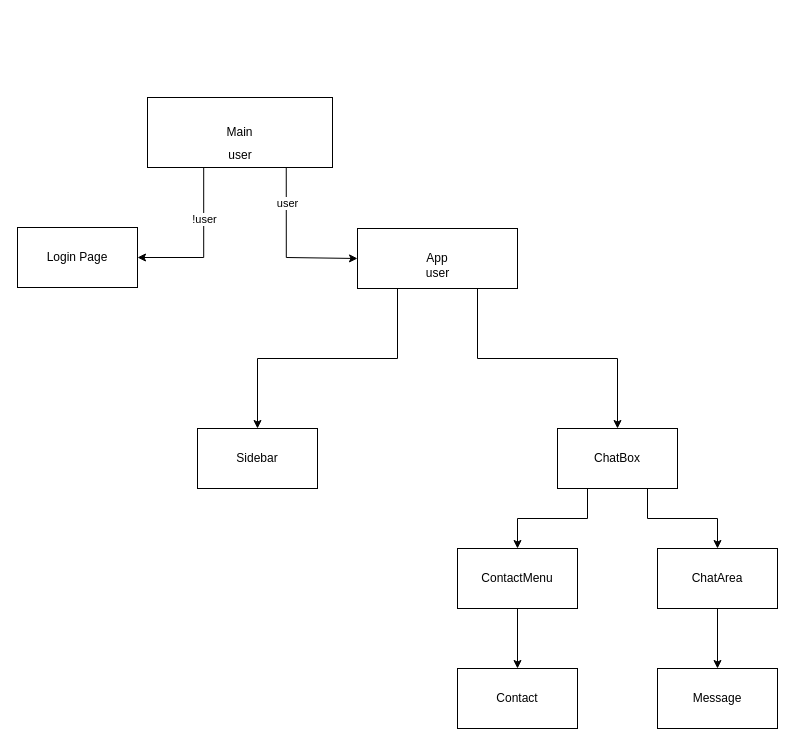
This is Component Design.drawio from CreepyPasta69/Chat-app, a draw.io file, before an edit. Source tidied: cells renumbered, new cells numbered last; positions are measured from the earlier drawing's top-left corner, leaving out a move shared by most shapes. Both pictures are drawn from the tidied source at 100%, with x=0, y=0 at pixel (17, 97).
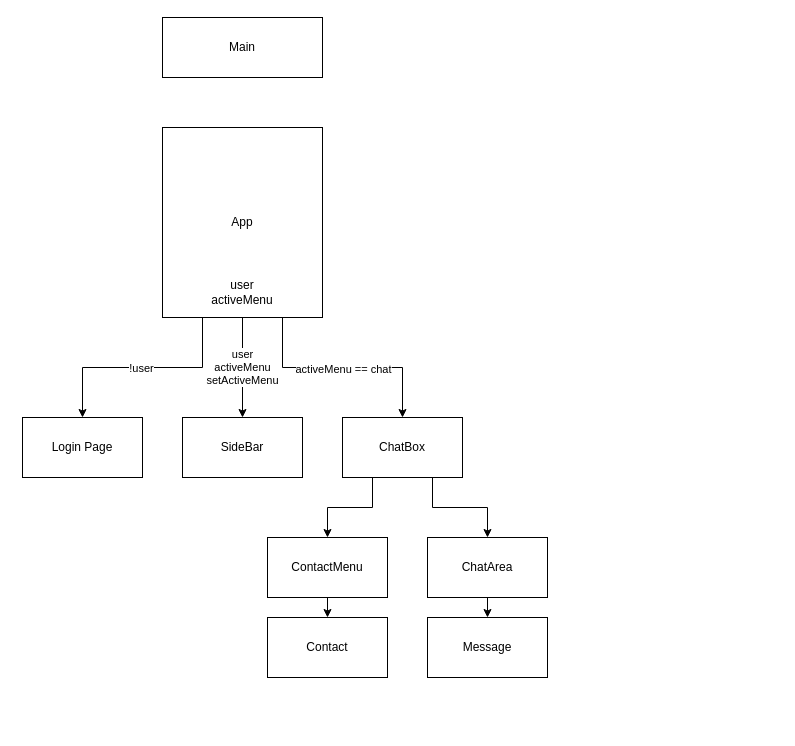
After the change.

Commit message (it also covers changes not shown here):
Functional Sidebar

Change to the diagram source:
```diff
@@
-    <mxCell id="2" style="group;" parent="1" vertex="1">
-      <mxGeometry x="130" width="185" height="70" as="geometry" />
-    </mxCell>
-    <mxCell id="3" value="Main" style="rounded=0;whiteSpace=wrap;html=1;" parent="2" vertex="1">
-      <mxGeometry width="185" height="70" as="geometry" />
-    </mxCell>
-    <mxCell id="4" value="user" style="text;html=1;align=center;verticalAlign=middle;whiteSpace=wrap;rounded=0;" parent="2" vertex="1">
-      <mxGeometry x="62.5" y="51.3" width="60" height="14" as="geometry" />
-    </mxCell>
-    <mxCell id="5" value="Login Page" style="rounded=0;whiteSpace=wrap;html=1;" parent="1" vertex="1">
-      <mxGeometry y="130" width="120" height="60" as="geometry" />
-    </mxCell>
-    <mxCell id="6" style="edgeStyle=orthogonalEdgeStyle;rounded=0;jettySize=auto;html=1;exitX=0.25;exitY=1;exitDx=0;exitDy=0;entryX=1;entryY=0.5;entryDx=0;entryDy=0;" parent="1" edge="1" target="5">
-      <mxGeometry relative="1" as="geometry">
-        <mxPoint x="186.2" y="70" as="sourcePoint" />
-        <Array as="points">
-          <mxPoint x="186" y="160" />
-        </Array>
-      </mxGeometry>
-    </mxCell>
+    <mxCell id="8" style="edgeStyle=orthogonalEdgeStyle;rounded=0;jettySize=auto;html=1;exitX=0.25;exitY=1;exitDx=0;exitDy=0;entryX=0.5;entryY=0;entryDx=0;entryDy=0;" parent="1" edge="1" source="10" target="13">
+      <mxGeometry relative="1" as="geometry" />
+    </mxCell>
-    <mxCell id="7" value="!user" style="edgeLabel;html=1;align=center;verticalAlign=middle;" parent="6" vertex="1">
-      <mxGeometry x="-0.25" relative="1" as="geometry">
-        <mxPoint y="-8" as="offset" />
-      </mxGeometry>
+    <mxCell id="7" value="!user" style="edgeLabel;html=1;align=center;verticalAlign=middle;" parent="8" vertex="1">
+      <mxGeometry x="0.02" relative="1" as="geometry" />
     </mxCell>
-    <mxCell id="8" style="edgeStyle=orthogonalEdgeStyle;rounded=0;jettySize=auto;html=1;exitX=0.25;exitY=1;exitDx=0;exitDy=0;entryX=0.5;entryY=0;entryDx=0;entryDy=0;" parent="1" edge="1" source="10" target="13">
-      <mxGeometry relative="1" as="geometry" />
-    </mxCell>
-    <mxCell id="9" style="edgeStyle=orthogonalEdgeStyle;rounded=0;jettySize=auto;html=1;exitX=0.75;exitY=1;exitDx=0;exitDy=0;entryX=0.5;entryY=0;entryDx=0;entryDy=0;" parent="1" edge="1" source="10" target="16">
+    <mxCell id="9" style="edgeStyle=orthogonalEdgeStyle;rounded=0;jettySize=auto;html=1;exitX=0.5;exitY=1;exitDx=0;exitDy=0;entryX=0.5;entryY=0;entryDx=0;entryDy=0;" parent="1" edge="1" source="10" target="16">
       <mxGeometry relative="1" as="geometry" />
     </mxCell>
+    <mxCell id="24" value="user&lt;div&gt;activeMenu&lt;/div&gt;&lt;div&gt;setActiveMenu&lt;/div&gt;" style="edgeLabel;html=1;align=center;verticalAlign=middle;" parent="9" vertex="1">
+      <mxGeometry x="-0.02" y="-1" relative="1" as="geometry" />
+    </mxCell>
+    <mxCell id="25" style="edgeStyle=orthogonalEdgeStyle;rounded=0;jettySize=auto;html=1;exitX=0.75;exitY=1;exitDx=0;exitDy=0;entryX=0.5;entryY=0;entryDx=0;entryDy=0;" parent="1" edge="1" source="10" target="30">
+      <mxGeometry relative="1" as="geometry" />
+    </mxCell>
+    <mxCell id="26" value="activeMenu == chat" style="edgeLabel;html=1;align=center;verticalAlign=middle;" parent="25" vertex="1">
+      <mxGeometry y="-1" relative="1" as="geometry" />
+    </mxCell>
-    <mxCell id="10" value="App" style="rounded=0;whiteSpace=wrap;html=1;" parent="1" vertex="1">
-      <mxGeometry x="340" y="131" width="160" height="60" as="geometry" />
+    <mxCell id="10" value="App" style="rounded=0;whiteSpace=wrap;html=1;align=center;" parent="1" vertex="1">
+      <mxGeometry x="145" y="30" width="160" height="190" as="geometry" />
     </mxCell>
-    <mxCell id="11" style="edgeStyle=orthogonalEdgeStyle;rounded=0;jettySize=auto;html=1;exitX=0.75;exitY=1;exitDx=0;exitDy=0;entryX=0;entryY=0.5;entryDx=0;entryDy=0;" parent="1" edge="1" source="3" target="10">
-      <mxGeometry relative="1" as="geometry">
-        <Array as="points">
-          <mxPoint x="269" y="160" />
-        </Array>
-      </mxGeometry>
-    </mxCell>
-    <mxCell id="12" value="user" style="edgeLabel;html=1;align=center;verticalAlign=middle;" parent="11" vertex="1">
-      <mxGeometry x="-0.37" y="-2" relative="1" as="geometry">
-        <mxPoint x="3" y="-16" as="offset" />
-      </mxGeometry>
-    </mxCell>
-    <mxCell id="13" value="Sidebar" style="rounded=0;whiteSpace=wrap;html=1;" parent="1" vertex="1">
-      <mxGeometry x="180" y="331" width="120" height="60" as="geometry" />
+    <mxCell id="13" value="Login Page" style="rounded=0;whiteSpace=wrap;html=1;" parent="1" vertex="1">
+      <mxGeometry x="5" y="320" width="120" height="60" as="geometry" />
     </mxCell>
-    <mxCell id="14" style="edgeStyle=orthogonalEdgeStyle;rounded=0;jettySize=auto;html=1;exitX=0.75;exitY=1;exitDx=0;exitDy=0;" parent="1" edge="1" source="16" target="18">
-      <mxGeometry relative="1" as="geometry" />
-    </mxCell>
-    <mxCell id="15" style="edgeStyle=orthogonalEdgeStyle;rounded=0;jettySize=auto;html=1;exitX=0.25;exitY=1;exitDx=0;exitDy=0;entryX=0.5;entryY=0;entryDx=0;entryDy=0;" parent="1" edge="1" source="16" target="21">
-      <mxGeometry relative="1" as="geometry" />
-    </mxCell>
-    <mxCell id="16" value="ChatBox" style="rounded=0;whiteSpace=wrap;html=1;" parent="1" vertex="1">
-      <mxGeometry x="540" y="331" width="120" height="60" as="geometry" />
+    <mxCell id="16" value="SideBar" style="rounded=0;whiteSpace=wrap;html=1;" parent="1" vertex="1">
+      <mxGeometry x="165" y="320" width="120" height="60" as="geometry" />
     </mxCell>
@@
     <mxCell id="18" value="ChatArea" style="rounded=0;whiteSpace=wrap;html=1;" parent="1" vertex="1">
-      <mxGeometry x="640" y="451" width="120" height="60" as="geometry" />
+      <mxGeometry x="410" y="440" width="120" height="60" as="geometry" />
     </mxCell>
-    <mxCell id="19" value="user" style="text;html=1;align=center;verticalAlign=middle;strokeColor=none;fillColor=none;" parent="1" vertex="1">
-      <mxGeometry x="395" y="161" width="50" height="30" as="geometry" />
-    </mxCell>
@@
     <mxCell id="21" value="ContactMenu" style="rounded=0;whiteSpace=wrap;html=1;" parent="1" vertex="1">
-      <mxGeometry x="440" y="451" width="120" height="60" as="geometry" />
+      <mxGeometry x="250" y="440" width="120" height="60" as="geometry" />
     </mxCell>
     <mxCell id="22" value="Message" style="rounded=0;whiteSpace=wrap;html=1;" parent="1" vertex="1">
-      <mxGeometry x="640" y="571" width="120" height="60" as="geometry" />
+      <mxGeometry x="410" y="520" width="120" height="60" as="geometry" />
     </mxCell>
     <mxCell id="23" value="Contact" style="rounded=0;whiteSpace=wrap;html=1;" parent="1" vertex="1">
-      <mxGeometry x="440" y="571" width="120" height="60" as="geometry" />
+      <mxGeometry x="250" y="520" width="120" height="60" as="geometry" />
     </mxCell>
+    <mxCell id="3" value="Main" style="rounded=0;whiteSpace=wrap;html=1;" parent="1" vertex="1">
+      <mxGeometry x="145" y="-80" width="160" height="60" as="geometry" />
+    </mxCell>
+    <mxCell id="27" value="user&lt;div&gt;activeMenu&lt;/div&gt;" style="text;html=1;align=center;verticalAlign=middle;whiteSpace=wrap;rounded=0;" parent="1" vertex="1">
+      <mxGeometry x="195" y="180" width="60" height="30" as="geometry" />
+    </mxCell>
+    <mxCell id="28" style="edgeStyle=orthogonalEdgeStyle;rounded=0;jettySize=auto;html=1;exitX=0.75;exitY=1;exitDx=0;exitDy=0;entryX=0.5;entryY=0;entryDx=0;entryDy=0;" parent="1" edge="1" source="30" target="18">
+      <mxGeometry relative="1" as="geometry" />
+    </mxCell>
+    <mxCell id="29" style="edgeStyle=orthogonalEdgeStyle;rounded=0;jettySize=auto;html=1;exitX=0.25;exitY=1;exitDx=0;exitDy=0;entryX=0.5;entryY=0;entryDx=0;entryDy=0;" parent="1" edge="1" source="30" target="21">
+      <mxGeometry relative="1" as="geometry" />
+    </mxCell>
+    <mxCell id="30" value="ChatBox" style="rounded=0;whiteSpace=wrap;html=1;" parent="1" vertex="1">
+      <mxGeometry x="325" y="320" width="120" height="60" as="geometry" />
+    </mxCell>
```
